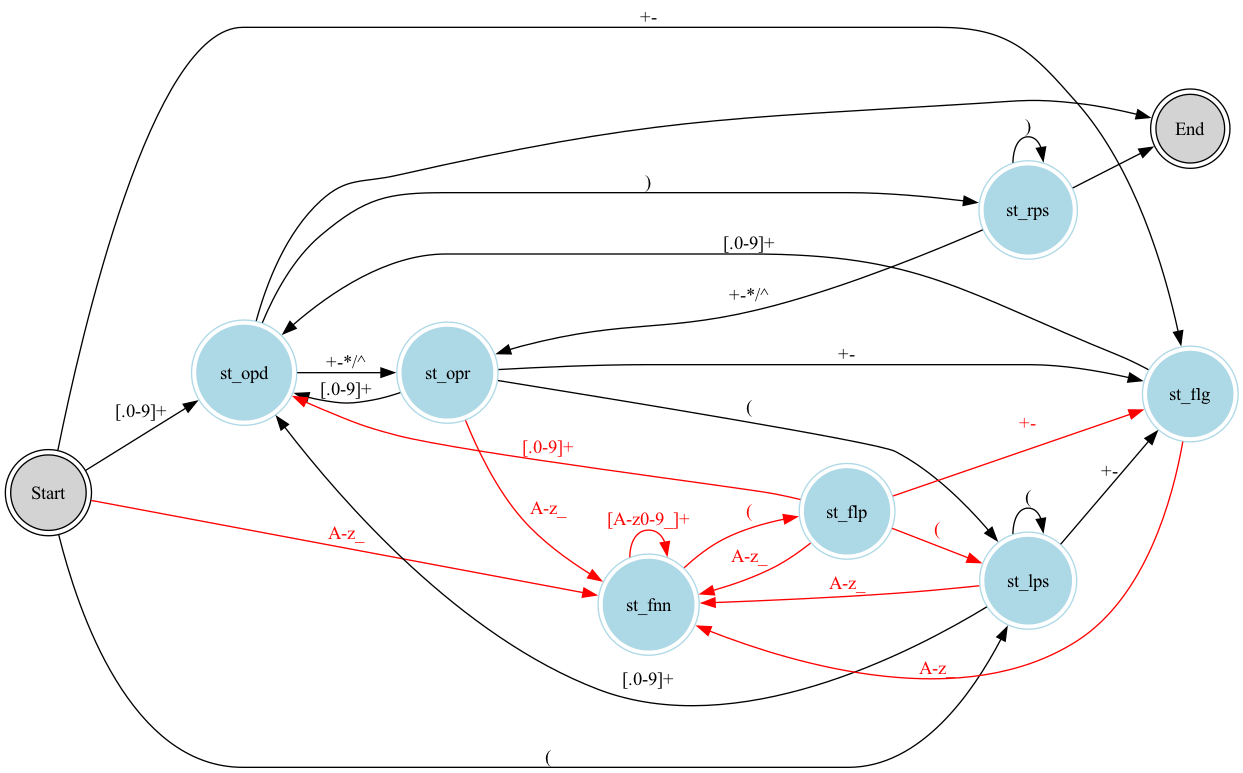
This is state_transition.png from jacoolee/calc, a Graphviz export, as it was before one commit. Its source is kept beside it as state_transition.dot. The source it was exported from:
```dot
digraph G {

    rankdir=LR;

    {

        st_non [shape=circle,peripheries=2,style=filled, label="Start"]
        st_opr [shape=circle,peripheries=2,color=lightblue,style=filled,label="st_opr"]
        st_opd [shape=circle,peripheries=2,color=lightblue,style=filled,label="st_opd"]
        st_lps [shape=circle,peripheries=2,color=lightblue,style=filled,label="st_lps"]
        st_rps [shape=circle,peripheries=2,color=lightblue,style=filled,label="st_rps"]
        st_flg [shape=circle,peripheries=2,color=lightblue,style=filled,label="st_flg"]
        st_fnn [shape=circle,peripheries=2,color=lightblue,style=filled,label="st_fnn"]
        st_flp [shape=circle,peripheries=2,color=lightblue,style=filled,label="st_flp"]
        st_end [shape=circle,peripheries=2,style=filled,label="End"]

        st_non -> st_opd[label="[.0-9]+"];
        st_non -> st_lps[label="("];
        st_non -> st_flg[label="+-"];
        st_non -> st_fnn[label="A-z_", color="red", fontcolor="red"];

        st_opd -> st_opr[label="+-*/^"];
        st_opd -> st_rps[label=")"];

        st_opr -> st_opd[label="[.0-9]+"];
        st_opr -> st_lps[label="("];
        st_opr -> st_flg[label="+-"];
        st_opr -> st_fnn[label="A-z_", color="red", fontcolor="red"];

        st_lps -> st_opd[label="[.0-9]+"];
        st_lps -> st_lps[label="("];
        st_lps -> st_flg[label="+-"];
        st_lps -> st_fnn[label="A-z_", color="red", fontcolor="red"];

        st_rps -> st_opr[label="+-*/^"];
        st_rps -> st_rps[label=")"];

        st_flg -> st_opd[label="[.0-9]+"];
        st_flg -> st_fnn[label="A-z_", color="red", fontcolor="red"];

        st_fnn -> st_fnn[label="[A-z0-9_]+", color="red", fontcolor="red"];
        st_fnn -> st_flp[label="(", color="red", fontcolor="red"];

        st_flp -> st_opd[label="[.0-9]+", color="red", fontcolor="red"];
        st_flp -> st_lps[label="(", color="red", fontcolor="red"];
        st_flp -> st_flg[label="+-", color="red", fontcolor="red"];
        st_flp -> st_fnn[label="A-z_", color="red", fontcolor="red"];

        st_opd -> st_end[label=""];
        st_rps -> st_end[label=""];
    }

    {
        rank = same;
        st_lps; st_rps;
    }
}
```
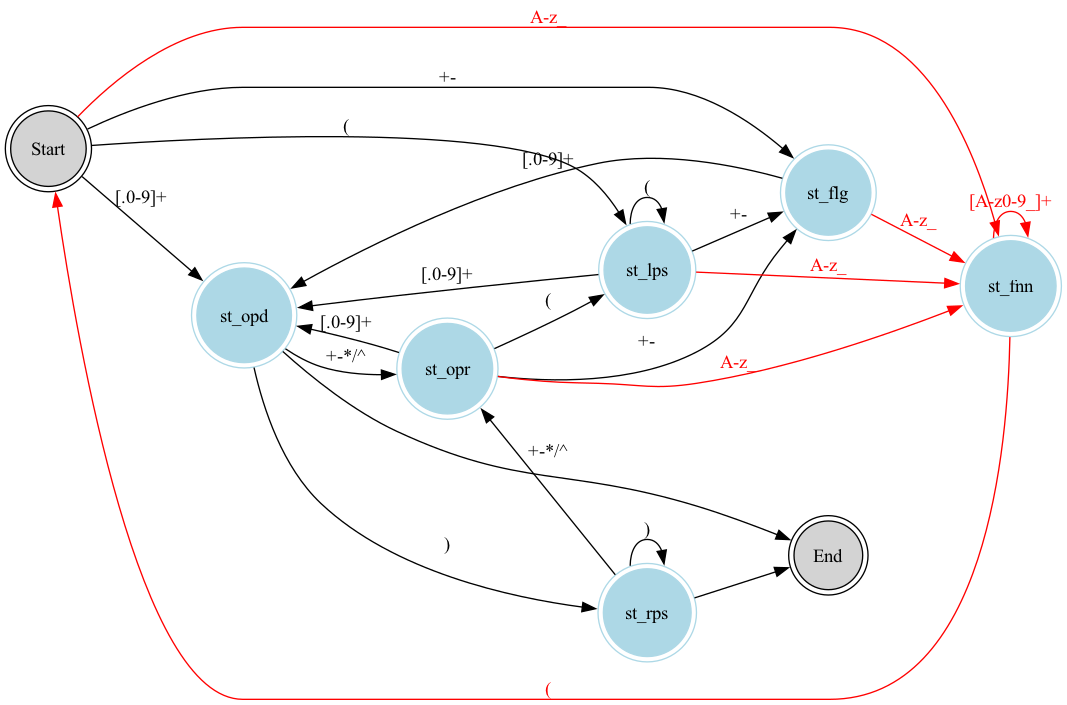
Above is the later version.

What changed in the source:
```diff
@@ -11,7 +11,6 @@
         st_rps [shape=circle,peripheries=2,color=lightblue,style=filled,label="st_rps"]
         st_flg [shape=circle,peripheries=2,color=lightblue,style=filled,label="st_flg"]
         st_fnn [shape=circle,peripheries=2,color=lightblue,style=filled,label="st_fnn"]
-        st_flp [shape=circle,peripheries=2,color=lightblue,style=filled,label="st_flp"]
         st_end [shape=circle,peripheries=2,style=filled,label="End"]
 
         st_non -> st_opd[label="[.0-9]+"];
@@ -39,12 +38,7 @@
         st_flg -> st_fnn[label="A-z_", color="red", fontcolor="red"];
 
         st_fnn -> st_fnn[label="[A-z0-9_]+", color="red", fontcolor="red"];
-        st_fnn -> st_flp[label="(", color="red", fontcolor="red"];
-
-        st_flp -> st_opd[label="[.0-9]+", color="red", fontcolor="red"];
-        st_flp -> st_lps[label="(", color="red", fontcolor="red"];
-        st_flp -> st_flg[label="+-", color="red", fontcolor="red"];
-        st_flp -> st_fnn[label="A-z_", color="red", fontcolor="red"];
+        st_fnn -> st_non[label="(", color="red", fontcolor="red"];
 
         st_opd -> st_end[label=""];
         st_rps -> st_end[label=""];
```
